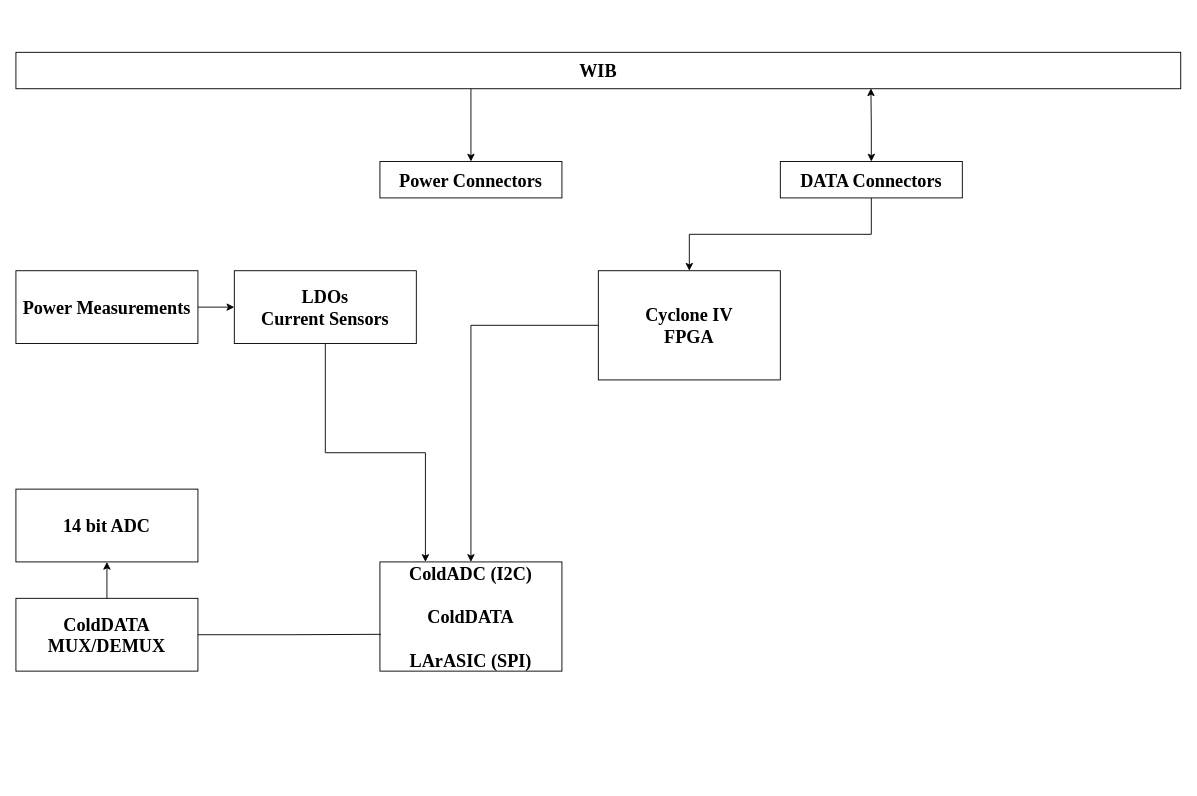
Before: DAT.drawio in lkebnl/Draw_IO, a draw.io diagram. Source tidied: cells renumbered, new cells numbered last; positions are measured from the earlier drawing's top-left corner, leaving out a move shared by most shapes. Both pictures are drawn from the tidied source at 91%, with x=0, y=0 at pixel (15, 52).
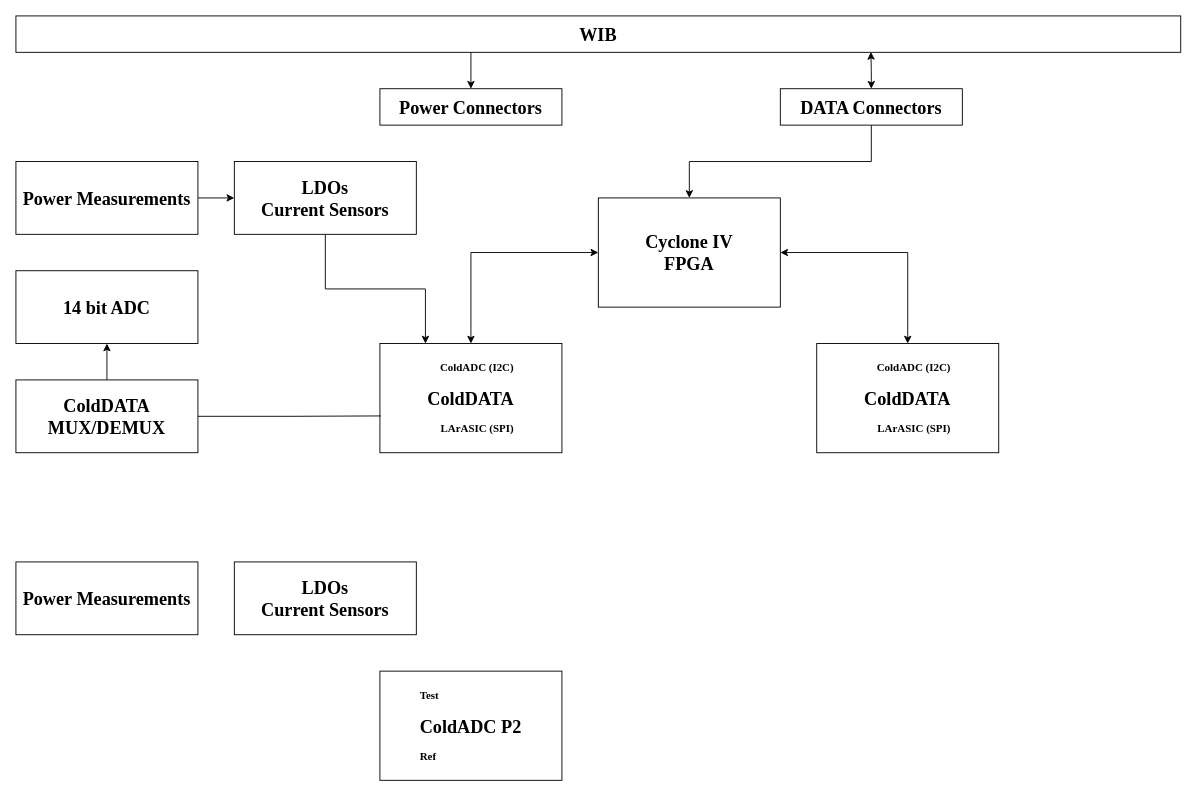
The same diagram, later.

What changed in the source:
```diff
@@
     <mxCell id="2" value="WIB" style="rounded=0;whiteSpace=wrap;html=1;fontSize=20;fontStyle=1;fontFamily=Times New Roman;" parent="1" vertex="1">
-      <mxGeometry width="1280" height="40" as="geometry" />
+      <mxGeometry y="-40" width="1280" height="40" as="geometry" />
     </mxCell>
     <mxCell id="3" value="Power Connectors" style="rounded=0;whiteSpace=wrap;html=1;fontSize=20;fontStyle=1;fontFamily=Times New Roman;" parent="1" vertex="1">
-      <mxGeometry x="400" y="120" width="200" height="40" as="geometry" />
+      <mxGeometry x="400" y="40" width="200" height="40" as="geometry" />
     </mxCell>
@@
     <mxCell id="5" value="DATA Connectors" style="rounded=0;whiteSpace=wrap;html=1;fontSize=20;fontStyle=1;fontFamily=Times New Roman;" parent="1" vertex="1">
-      <mxGeometry x="840" y="120" width="200" height="40" as="geometry" />
+      <mxGeometry x="840" y="40" width="200" height="40" as="geometry" />
     </mxCell>
     <mxCell id="6" style="endArrow=classic;html=1;rounded=0;" parent="1" edge="1" target="3">
       <mxGeometry relative="1" as="geometry">
-        <mxPoint x="500" y="40" as="sourcePoint" />
+        <mxPoint x="500" as="sourcePoint" />
       </mxGeometry>
     </mxCell>
-    <mxCell id="7" style="edgeStyle=orthogonalEdgeStyle;rounded=0;jettySize=auto;html=1;exitX=0;exitY=0.5;exitDx=0;exitDy=0;entryX=0.5;entryY=0;entryDx=0;entryDy=0;" parent="1" edge="1" source="8" target="13">
+    <mxCell id="7" style="edgeStyle=orthogonalEdgeStyle;rounded=0;jettySize=auto;html=1;exitX=0;exitY=0.5;exitDx=0;exitDy=0;entryX=0.5;entryY=0;entryDx=0;entryDy=0;startArrow=classic;startFill=1;" parent="1" edge="1" source="8" target="13">
       <mxGeometry relative="1" as="geometry" />
     </mxCell>
+    <mxCell id="19" style="edgeStyle=orthogonalEdgeStyle;rounded=0;jettySize=auto;html=1;exitX=1;exitY=0.5;exitDx=0;exitDy=0;entryX=0.5;entryY=0;entryDx=0;entryDy=0;startArrow=classic;startFill=1;" parent="1" edge="1" source="8" target="20">
+      <mxGeometry relative="1" as="geometry" />
+    </mxCell>
     <mxCell id="8" value="Cyclone IV&lt;div&gt;FPGA&lt;/div&gt;" style="rounded=0;whiteSpace=wrap;html=1;fontSize=20;fontStyle=1;fontFamily=Times New Roman;" parent="1" vertex="1">
-      <mxGeometry x="640" y="240" width="200" height="120" as="geometry" />
+      <mxGeometry x="640" y="160" width="200" height="120" as="geometry" />
     </mxCell>
@@
     <mxCell id="10" value="LDOs&lt;div&gt;Current Sensors&lt;/div&gt;" style="rounded=0;whiteSpace=wrap;html=1;fontSize=20;fontStyle=1;fontFamily=Times New Roman;" parent="1" vertex="1">
-      <mxGeometry x="240" y="240" width="200" height="80" as="geometry" />
+      <mxGeometry x="240" y="120" width="200" height="80" as="geometry" />
     </mxCell>
@@
     <mxCell id="12" value="Power Measurements" style="rounded=0;whiteSpace=wrap;html=1;fontSize=20;fontStyle=1;fontFamily=Times New Roman;" parent="1" vertex="1">
-      <mxGeometry y="240" width="200" height="80" as="geometry" />
+      <mxGeometry y="120" width="200" height="80" as="geometry" />
     </mxCell>
-    <mxCell id="13" value="ColdADC (I2C)&lt;div&gt;&lt;br&gt;&lt;/div&gt;&lt;div&gt;ColdDATA&lt;/div&gt;&lt;div&gt;&lt;br&gt;&lt;/div&gt;&lt;div&gt;LArASIC (SPI)&lt;/div&gt;" style="rounded=0;whiteSpace=wrap;html=1;fontSize=20;fontStyle=1;fontFamily=Times New Roman;" parent="1" vertex="1">
-      <mxGeometry x="400" y="560" width="200" height="120" as="geometry" />
+    <mxCell id="13" value="&lt;div style=&quot;text-align: right;&quot;&gt;&lt;span style=&quot;background-color: transparent; color: light-dark(rgb(0, 0, 0), rgb(255, 255, 255));&quot;&gt;ColdADC (I2C)&lt;/span&gt;&lt;/div&gt;&lt;div&gt;&lt;br&gt;&lt;/div&gt;&lt;div&gt;&lt;font style=&quot;font-size: 20px;&quot;&gt;ColdDATA&lt;/font&gt;&lt;/div&gt;&lt;div&gt;&lt;br&gt;&lt;/div&gt;&lt;div style=&quot;text-align: right;&quot;&gt;LArASIC (SPI)&lt;/div&gt;" style="rounded=0;whiteSpace=wrap;html=1;fontSize=12;fontStyle=1;fontFamily=Times New Roman;" parent="1" vertex="1">
+      <mxGeometry x="400" y="320" width="200" height="120" as="geometry" />
     </mxCell>
     <mxCell id="14" value="14 bit ADC" style="rounded=0;whiteSpace=wrap;html=1;fontSize=20;fontStyle=1;fontFamily=Times New Roman;" parent="1" vertex="1">
-      <mxGeometry y="480" width="200" height="80" as="geometry" />
+      <mxGeometry y="240" width="200" height="80" as="geometry" />
     </mxCell>
@@
     <mxCell id="16" value="ColdDATA&lt;div&gt;MUX/DEMUX&lt;/div&gt;" style="rounded=0;whiteSpace=wrap;html=1;fontSize=20;fontStyle=1;fontFamily=Times New Roman;" parent="1" vertex="1">
-      <mxGeometry y="600" width="200" height="80" as="geometry" />
+      <mxGeometry y="360" width="200" height="80" as="geometry" />
     </mxCell>
@@
+    <mxCell id="20" value="&lt;div style=&quot;text-align: right;&quot;&gt;&lt;span style=&quot;background-color: transparent; color: light-dark(rgb(0, 0, 0), rgb(255, 255, 255));&quot;&gt;ColdADC (I2C)&lt;/span&gt;&lt;/div&gt;&lt;div&gt;&lt;br&gt;&lt;/div&gt;&lt;div&gt;&lt;font style=&quot;font-size: 20px;&quot;&gt;ColdDATA&lt;/font&gt;&lt;/div&gt;&lt;div&gt;&lt;br&gt;&lt;/div&gt;&lt;div style=&quot;text-align: right;&quot;&gt;LArASIC (SPI)&lt;/div&gt;" style="rounded=0;whiteSpace=wrap;html=1;fontSize=12;fontStyle=1;fontFamily=Times New Roman;" parent="1" vertex="1">
+      <mxGeometry x="880" y="320" width="200" height="120" as="geometry" />
+    </mxCell>
+    <mxCell id="21" value="LDOs&lt;div&gt;Current Sensors&lt;/div&gt;" style="rounded=0;whiteSpace=wrap;html=1;fontSize=20;fontStyle=1;fontFamily=Times New Roman;" parent="1" vertex="1">
+      <mxGeometry x="240" y="560" width="200" height="80" as="geometry" />
+    </mxCell>
+    <mxCell id="22" value="Power Measurements" style="rounded=0;whiteSpace=wrap;html=1;fontSize=20;fontStyle=1;fontFamily=Times New Roman;" parent="1" vertex="1">
+      <mxGeometry y="560" width="200" height="80" as="geometry" />
+    </mxCell>
+    <mxCell id="23" value="&lt;div style=&quot;text-align: left;&quot;&gt;&lt;span style=&quot;background-color: transparent; color: light-dark(rgb(0, 0, 0), rgb(255, 255, 255));&quot;&gt;Test&lt;/span&gt;&lt;/div&gt;&lt;div&gt;&lt;br&gt;&lt;/div&gt;&lt;div&gt;&lt;font style=&quot;font-size: 20px;&quot;&gt;ColdADC P2&lt;/font&gt;&lt;/div&gt;&lt;div&gt;&lt;br&gt;&lt;/div&gt;&lt;div style=&quot;text-align: left;&quot;&gt;Ref&lt;/div&gt;" style="rounded=0;whiteSpace=wrap;html=1;fontSize=12;fontStyle=1;fontFamily=Times New Roman;" parent="1" vertex="1">
+      <mxGeometry x="400" y="680" width="200" height="120" as="geometry" />
+    </mxCell>
```
